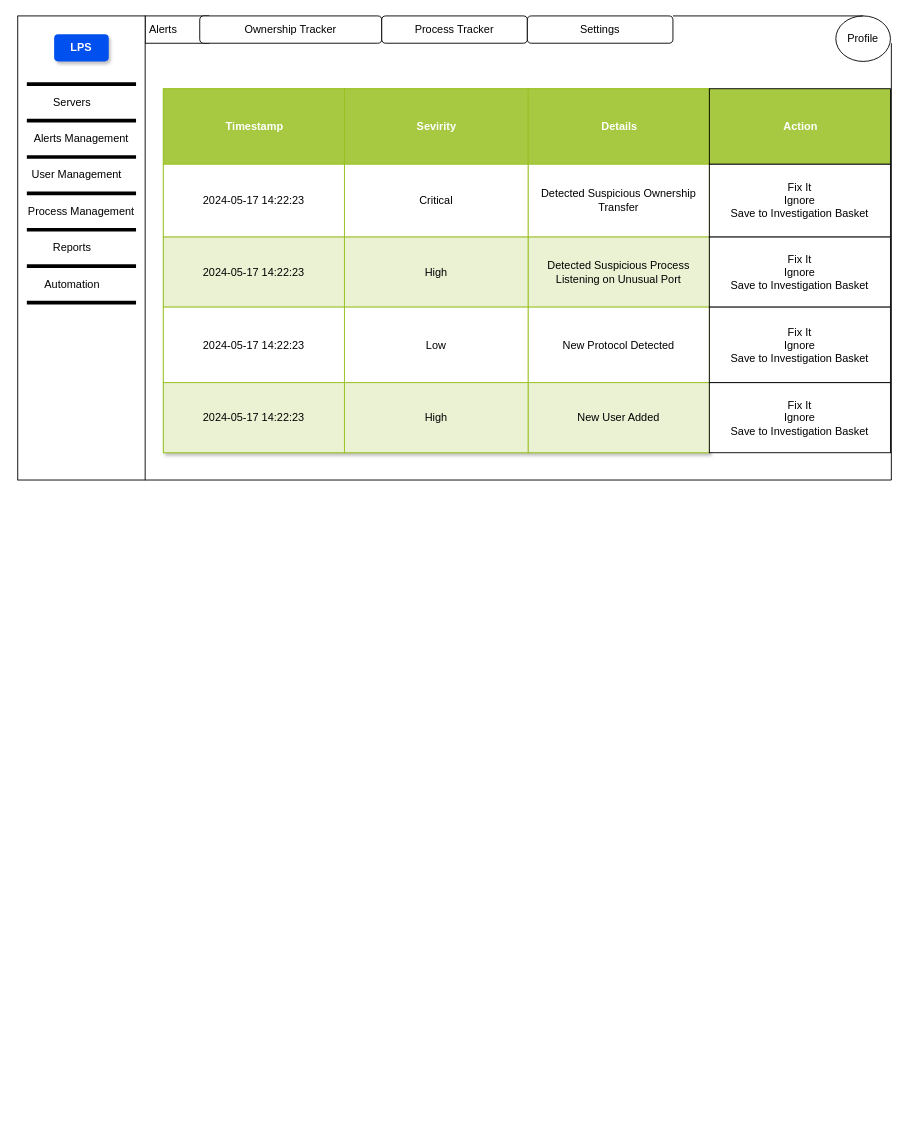
Earlier version of the draw.io diagram Ownership Tracker.drawio (manojroka/gc-process-manager). Source tidied: cells renumbered, new cells numbered last; positions are measured from the earlier drawing's top-left corner, leaving out a move shared by most shapes. Both pictures are drawn from the tidied source at 91%, with x=0, y=0 at pixel (17, 15).
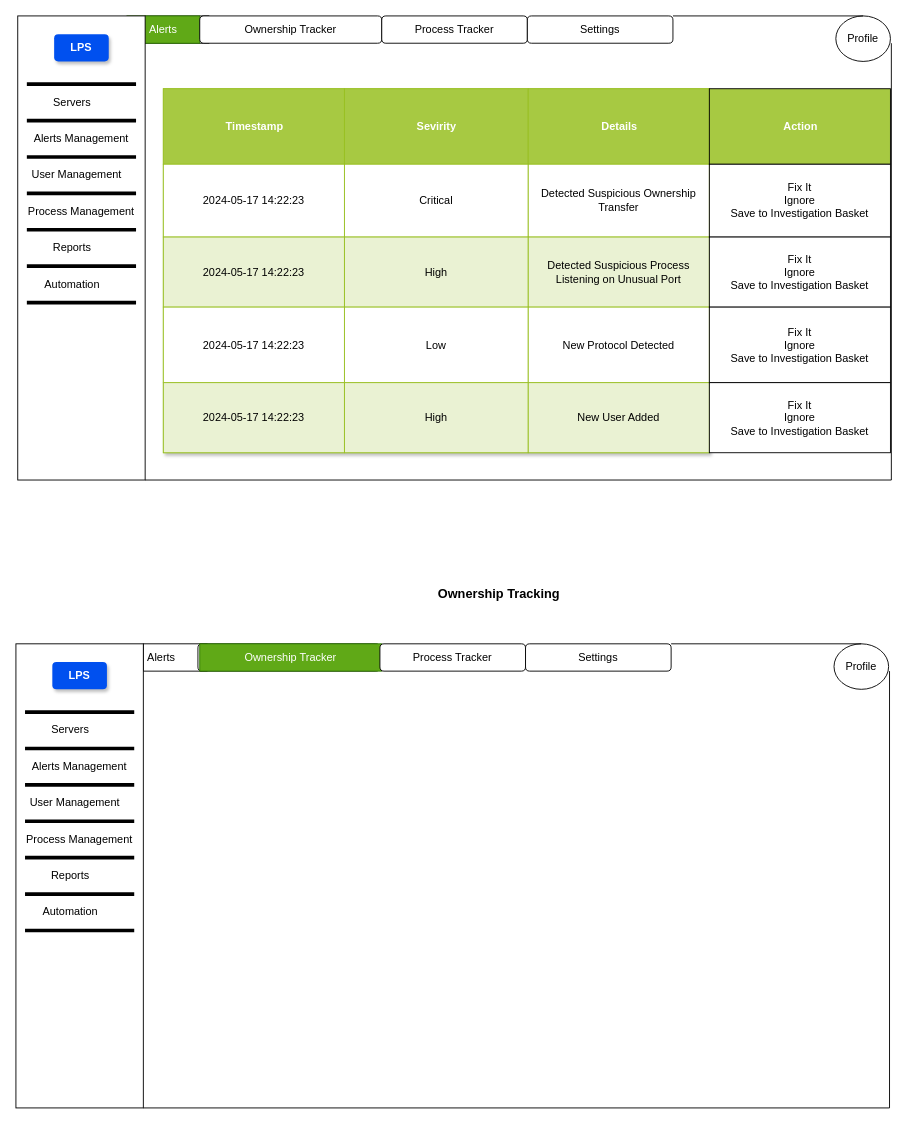
The same page after the edit.

What changed in the source:
```diff
@@
-    <mxCell id="3" value="Alerts" style="text;html=1;align=center;verticalAlign=middle;whiteSpace=wrap;rounded=0;" parent="1" vertex="1">
+    <mxCell id="3" value="Alerts" style="text;html=1;align=center;verticalAlign=middle;whiteSpace=wrap;rounded=0;fillColor=#60a917;fontColor=#ffffff;strokeColor=#2D7600;" parent="1" vertex="1">
       <mxGeometry x="120" width="80" height="30" as="geometry" />
     </mxCell>
@@
+    <mxCell id="55" style="rounded=0;whiteSpace=wrap;html=1;" parent="1" vertex="1">
+      <mxGeometry x="138" y="690" width="70" height="30" as="geometry" />
+    </mxCell>
+    <mxCell id="56" value="Alerts" style="text;html=1;align=center;verticalAlign=middle;whiteSpace=wrap;rounded=0;" parent="1" vertex="1">
+      <mxGeometry x="118" y="690" width="80" height="30" as="geometry" />
+    </mxCell>
+    <mxCell id="57" style="rounded=1;whiteSpace=wrap;html=1;" parent="1" vertex="1">
+      <mxGeometry x="198" y="690" width="200" height="30" as="geometry" />
+    </mxCell>
+    <mxCell id="58" value="Ownership Tracker" style="text;html=1;align=center;verticalAlign=middle;whiteSpace=wrap;rounded=0;fillColor=#60a917;fontColor=#ffffff;strokeColor=#2D7600;" parent="1" vertex="1">
+      <mxGeometry x="200" y="690" width="200" height="30" as="geometry" />
+    </mxCell>
+    <mxCell id="59" value="Process Tracker" style="rounded=1;whiteSpace=wrap;html=1;" parent="1" vertex="1">
+      <mxGeometry x="398" y="690" width="160" height="30" as="geometry" />
+    </mxCell>
+    <mxCell id="60" style="rounded=1;whiteSpace=wrap;html=1;" parent="1" vertex="1">
+      <mxGeometry x="558" y="690" width="160" height="30" as="geometry" />
+    </mxCell>
+    <mxCell id="61" value="Settings" style="text;html=1;align=center;verticalAlign=middle;whiteSpace=wrap;rounded=0;" parent="1" vertex="1">
+      <mxGeometry x="608" y="690" width="60" height="30" as="geometry" />
+    </mxCell>
+    <mxCell id="62" style="rounded=0;whiteSpace=wrap;html=1;" parent="1" vertex="1">
+      <mxGeometry x="-2" y="690" width="140" height="510" as="geometry" />
+    </mxCell>
+    <mxCell id="63" value="Servers" style="text;html=1;align=center;verticalAlign=middle;whiteSpace=wrap;rounded=0;" parent="1" vertex="1">
+      <mxGeometry x="28" y="770" width="60" height="30" as="geometry" />
+    </mxCell>
+    <mxCell id="64" style="line;strokeWidth=4;html=1;perimeter=backbonePerimeter;" parent="1" vertex="1">
+      <mxGeometry x="8" y="760" width="120" height="10" as="geometry" />
+    </mxCell>
+    <mxCell id="65" style="line;strokeWidth=4;html=1;perimeter=backbonePerimeter;" parent="1" vertex="1">
+      <mxGeometry x="8" y="800" width="120" height="10" as="geometry" />
+    </mxCell>
+    <mxCell id="66" style="line;strokeWidth=4;html=1;perimeter=backbonePerimeter;" parent="1" vertex="1">
+      <mxGeometry x="8" y="840" width="120" height="10" as="geometry" />
+    </mxCell>
+    <mxCell id="67" style="line;strokeWidth=4;html=1;perimeter=backbonePerimeter;" parent="1" vertex="1">
+      <mxGeometry x="8" y="880" width="120" height="10" as="geometry" />
+    </mxCell>
+    <mxCell id="68" style="ellipse;whiteSpace=wrap;html=1;" parent="1" vertex="1">
+      <mxGeometry x="897" y="690" width="60" height="50" as="geometry" />
+    </mxCell>
+    <mxCell id="69" value="Profile" style="text;html=1;align=center;verticalAlign=middle;whiteSpace=wrap;rounded=0;" parent="1" vertex="1">
+      <mxGeometry x="897" y="700" width="60" height="30" as="geometry" />
+    </mxCell>
+    <mxCell id="70" value="User Management" style="text;html=1;align=center;verticalAlign=middle;whiteSpace=wrap;rounded=0;" parent="1" vertex="1">
+      <mxGeometry x="8" y="850" width="110" height="30" as="geometry" />
+    </mxCell>
+    <mxCell id="71" value="Alerts Management" style="text;html=1;align=center;verticalAlign=middle;whiteSpace=wrap;rounded=0;" parent="1" vertex="1">
+      <mxGeometry x="8" y="810" width="120" height="30" as="geometry" />
+    </mxCell>
+    <mxCell id="72" style="line;strokeWidth=4;html=1;perimeter=backbonePerimeter;" parent="1" vertex="1">
+      <mxGeometry x="8" y="920" width="120" height="10" as="geometry" />
+    </mxCell>
+    <mxCell id="73" value="Process Management" style="text;html=1;align=center;verticalAlign=middle;whiteSpace=wrap;rounded=0;" parent="1" vertex="1">
+      <mxGeometry x="8" y="890" width="120" height="30" as="geometry" />
+    </mxCell>
+    <mxCell id="74" style="line;strokeWidth=4;html=1;perimeter=backbonePerimeter;" parent="1" vertex="1">
+      <mxGeometry x="8" y="960" width="120" height="10" as="geometry" />
+    </mxCell>
+    <mxCell id="75" value="Reports" style="text;html=1;align=center;verticalAlign=middle;whiteSpace=wrap;rounded=0;" parent="1" vertex="1">
+      <mxGeometry x="28" y="930" width="60" height="30" as="geometry" />
+    </mxCell>
+    <mxCell id="76" style="line;strokeWidth=4;html=1;perimeter=backbonePerimeter;" parent="1" vertex="1">
+      <mxGeometry x="8" y="1000" width="120" height="10" as="geometry" />
+    </mxCell>
+    <mxCell id="77" value="Automation" style="text;html=1;align=center;verticalAlign=middle;whiteSpace=wrap;rounded=0;" parent="1" vertex="1">
+      <mxGeometry x="28" y="970" width="60" height="30" as="geometry" />
+    </mxCell>
+    <mxCell id="78" style="endArrow=none;html=1;rounded=0;exitX=1;exitY=1;exitDx=0;exitDy=0;" parent="1" edge="1" source="62">
+      <mxGeometry relative="1" as="geometry">
+        <mxPoint x="958" y="1200" as="targetPoint" />
+      </mxGeometry>
+    </mxCell>
+    <mxCell id="79" style="endArrow=none;html=1;rounded=0;" parent="1" edge="1">
+      <mxGeometry relative="1" as="geometry">
+        <mxPoint x="958" y="1200" as="sourcePoint" />
+        <mxPoint x="958" y="720" as="targetPoint" />
+      </mxGeometry>
+    </mxCell>
+    <mxCell id="80" value="&lt;b&gt;LPS&lt;/b&gt;" style="text;html=1;align=center;verticalAlign=middle;whiteSpace=wrap;rounded=1;fillColor=#0050ef;strokeColor=none;fontColor=#ffffff;strokeWidth=1;perimeterSpacing=0;glass=0;shadow=1;" parent="1" vertex="1">
+      <mxGeometry x="38" y="710" width="60" height="30" as="geometry" />
+    </mxCell>
+    <mxCell id="81" style="endArrow=none;html=1;rounded=0;exitX=0.5;exitY=0;exitDx=0;exitDy=0;entryX=1;entryY=0;entryDx=0;entryDy=0;" parent="1" edge="1" source="68" target="60">
+      <mxGeometry relative="1" as="geometry">
+        <Array as="points">
+          <mxPoint x="718" y="690" />
+        </Array>
+      </mxGeometry>
+    </mxCell>
+    <mxCell id="82" value="&lt;b&gt;&lt;font style=&quot;font-size: 14px;&quot;&gt;Ownership Tracking&lt;/font&gt;&lt;/b&gt;" style="text;html=1;align=center;verticalAlign=middle;whiteSpace=wrap;rounded=0;" parent="1" vertex="1">
+      <mxGeometry x="428" y="620" width="202" height="30" as="geometry" />
+    </mxCell>
```
